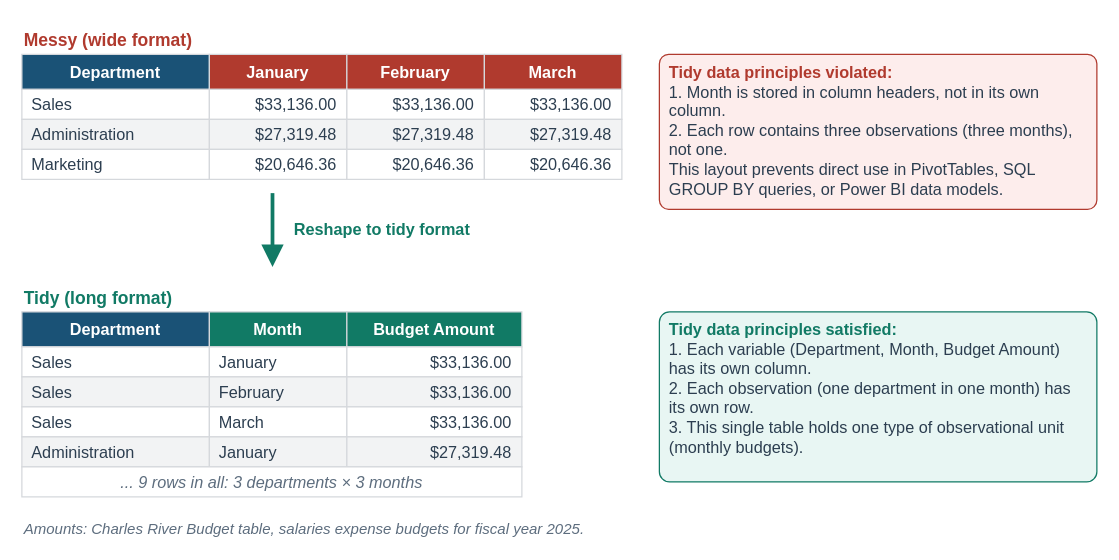
This is visuals/src/fig-02-06-messy-vs-tidy-data.drawio from mmcodesso/Accounting_Analytics_Book, a draw.io file, before an edit. Source tidied: cells renumbered, new cells numbered last; positions are measured from the earlier drawing's top-left corner, leaving out a move shared by most shapes. Both pictures are drawn from the tidied source at 125%, with x=0, y=0 at pixel (21, 21).
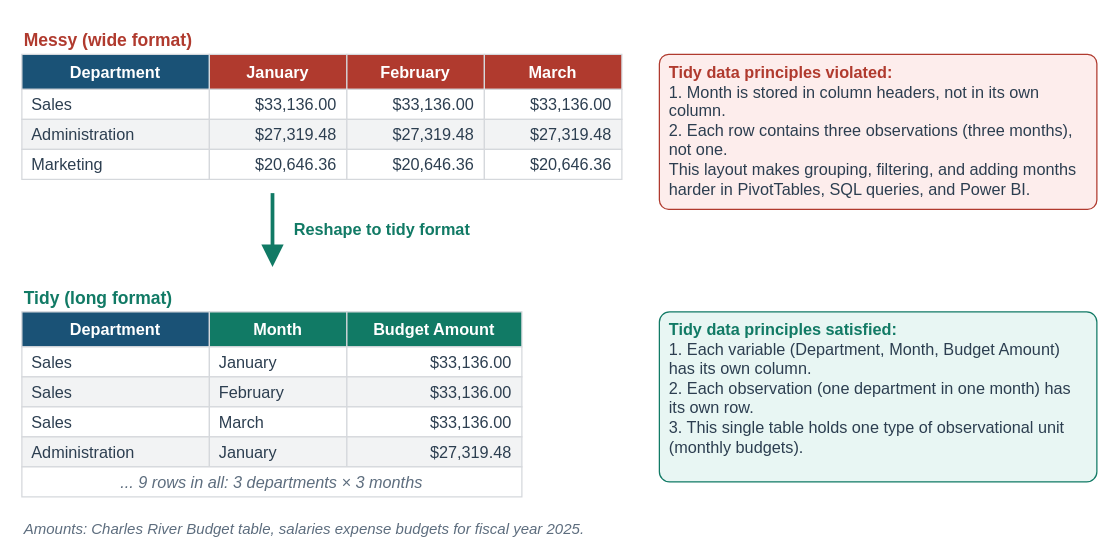
The same diagram, later.

Change to the diagram source:
```diff
@@
-    <mxCell id="20" value="&lt;font color=&quot;#B03A2E&quot;&gt;&lt;b&gt;Tidy data principles violated:&lt;/b&gt;&lt;/font&gt;&lt;br&gt;1. Month is stored in column headers, not in its own column.&lt;br&gt;2. Each row contains three observations (three months), not one.&lt;br&gt;This layout prevents direct use in PivotTables, SQL GROUP BY queries, or Power BI data models." style="rounded=1;arcSize=6;whiteSpace=wrap;html=1;fillColor=#FDEDEC;strokeColor=#B03A2E;strokeWidth=1;fontColor=#2C3E50;fontSize=13;fontStyle=0;align=left;verticalAlign=top;fontFamily=Helvetica;spacingLeft=6;spacingRight=6;" parent="1" vertex="1">
+    <mxCell id="20" value="&lt;font color=&quot;#B03A2E&quot;&gt;&lt;b&gt;Tidy data principles violated:&lt;/b&gt;&lt;/font&gt;&lt;br&gt;1. Month is stored in column headers, not in its own column.&lt;br&gt;2. Each row contains three observations (three months), not one.&lt;br&gt;This layout makes grouping, filtering, and adding months harder in PivotTables, SQL queries, and Power BI." style="rounded=1;arcSize=6;whiteSpace=wrap;html=1;fillColor=#FDEDEC;strokeColor=#B03A2E;strokeWidth=1;fontColor=#2C3E50;fontSize=13;fontStyle=0;align=left;verticalAlign=top;fontFamily=Helvetica;spacingLeft=6;spacingRight=6;" parent="1" vertex="1">
       <mxGeometry x="510" y="26" width="350" height="124" as="geometry" />
     </mxCell>
```
